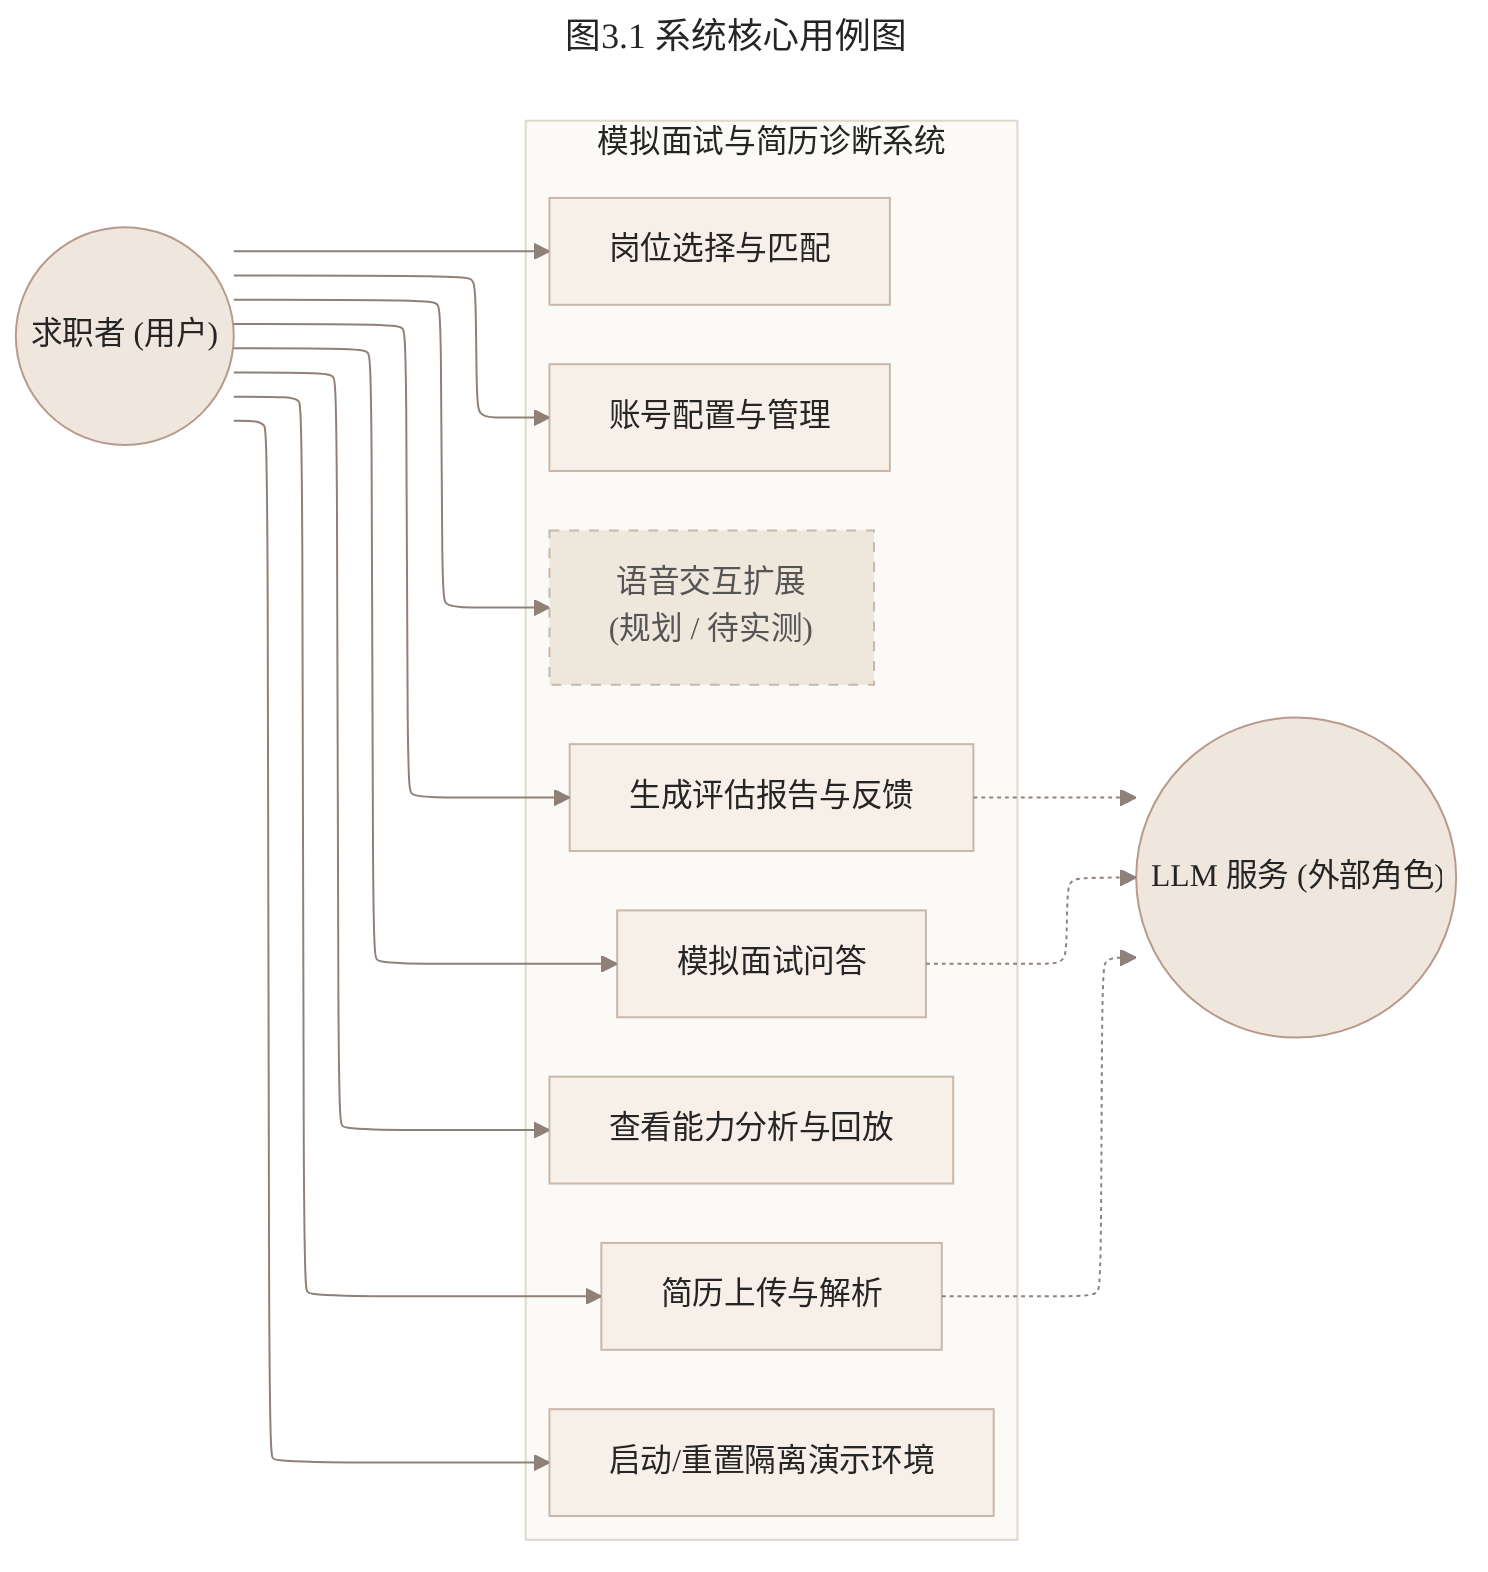
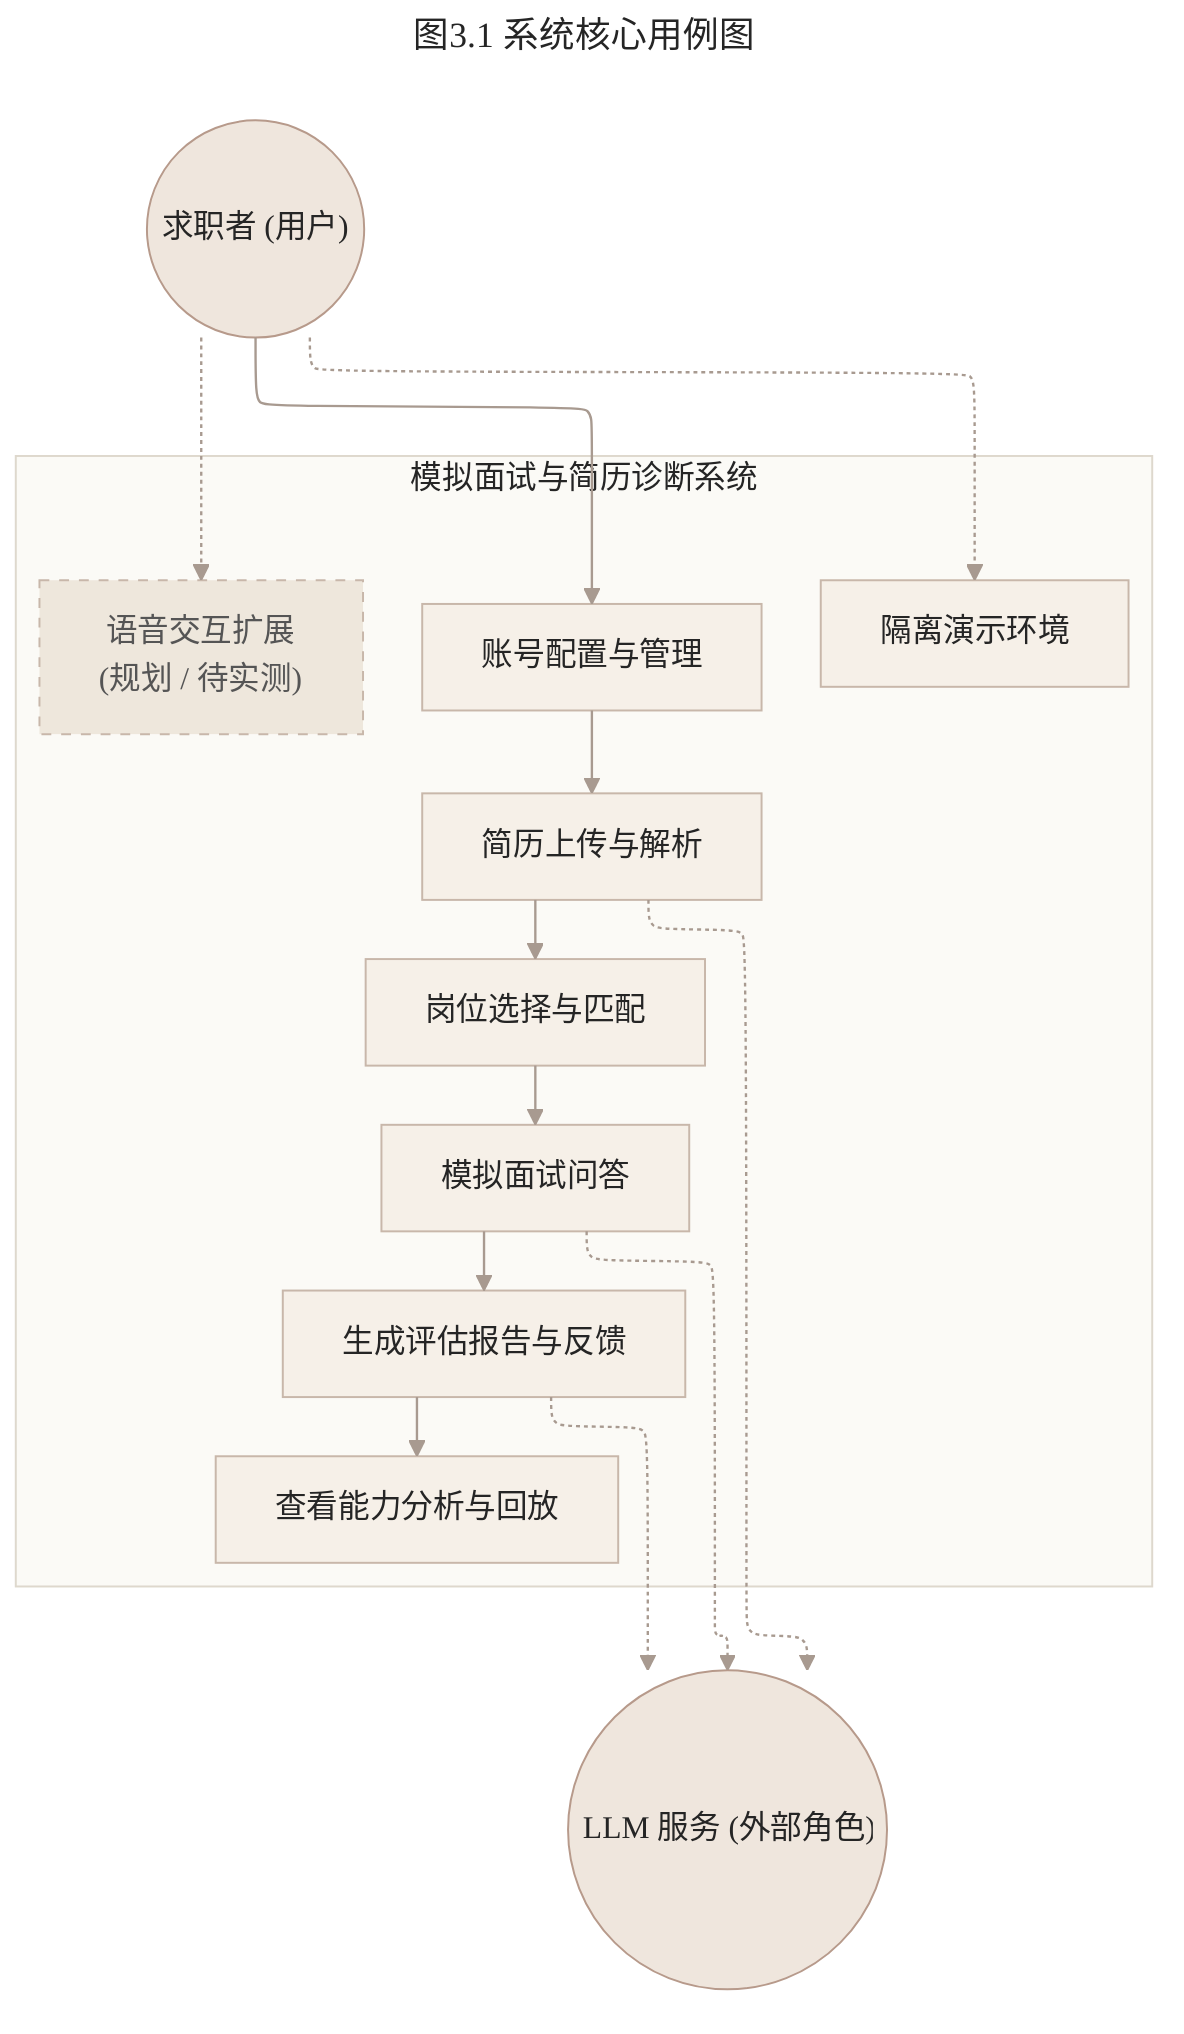
---
title: 图3.1 系统核心用例图
config:
  theme: base
  layout: elk
+   flowchart:
+     curve: basis
+     nodeSpacing: 48
+     rankSpacing: 58
+     wrappingWidth: 150
  themeVariables:
    background: "#FAF8F2"
    primaryColor: "#EFE6DD"
    primaryBorderColor: "#B79A8B"
    primaryTextColor: "#252525"
-     lineColor: "#8F8178"
+     lineColor: "#A89A90"
    secondaryColor: "#F6F0E8"
    tertiaryColor: "#FBFAF6"
    fontFamily: "Microsoft YaHei, SimHei, Arial, sans-serif"
    fontSize: "16px"
---
- flowchart LR
+ flowchart TB
  user(("求职者 (用户)"))
  llm_service(("LLM 服务 (外部角色)"))

  subgraph system_boundary["模拟面试与简历诊断系统"]
    login_profile["账号配置与管理"]
    resume_parse["简历上传与解析"]
    job_match["岗位选择与匹配"]
    mock_interview["模拟面试问答"]
-     voice_extension["语音交互扩展<br/>(规划 / 待实测)"]
    report_feedback["生成评估报告与反馈"]
    analytics_history["查看能力分析与回放"]
-     demo_twin["启动/重置隔离演示环境"]
+     demo_twin["隔离演示环境"]
+     voice_extension["语音交互扩展<br/>(规划 / 待实测)"]
+ 
+     login_profile --> resume_parse --> job_match --> mock_interview --> report_feedback --> analytics_history
  end

  user --> login_profile
-   user --> resume_parse
-   user --> job_match
-   user --> mock_interview
-   user --> voice_extension
-   user --> report_feedback
-   user --> analytics_history
-   user --> demo_twin
+   user -.-> demo_twin
+   user -.-> voice_extension

  resume_parse -.-> llm_service
  mock_interview -.-> llm_service
  report_feedback -.-> llm_service

  classDef actor fill:#EFE6DD,stroke:#B79A8B,color:#252525
  classDef layer fill:#FBFAF6,stroke:#DED8CD,color:#252525
  classDef node fill:#F6F0E8,stroke:#C8B7AA,color:#252525
  classDef plan fill:#EEE7DC,stroke:#C8B7AA,stroke-dasharray: 5 5,color:#555555
  class user,llm_service actor
  class system_boundary layer
  class login_profile,resume_parse,job_match,mock_interview,report_feedback,analytics_history,demo_twin node
  class voice_extension plan
+   linkStyle default stroke:#A89A90,stroke-width:1.2px
